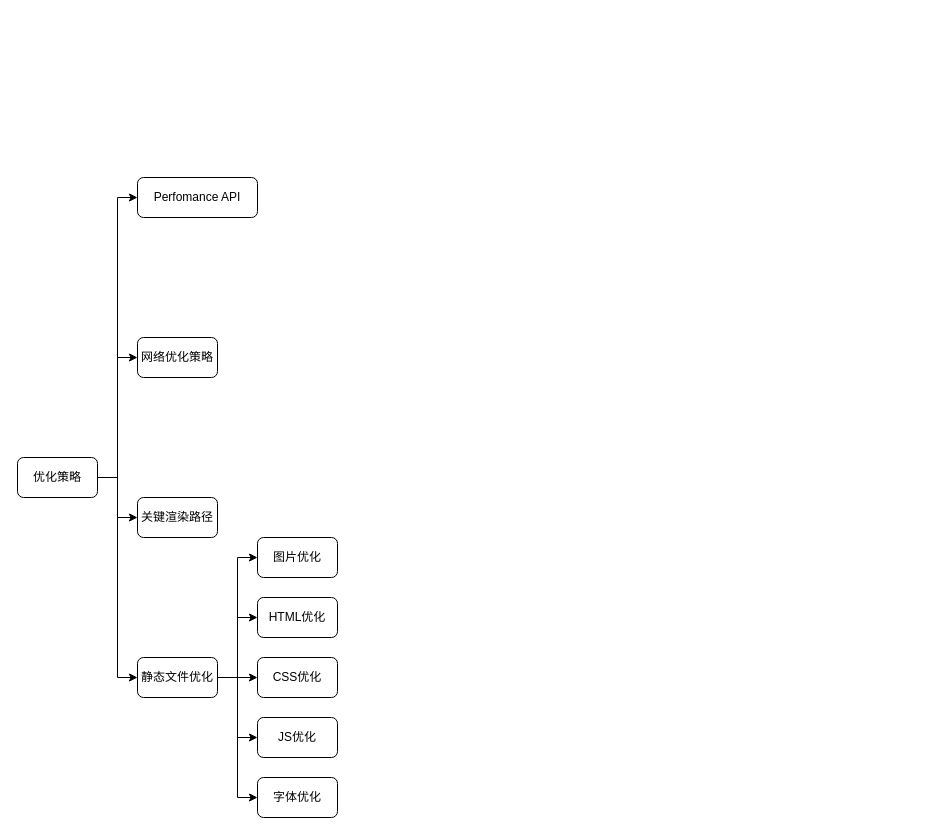
The draw.io diagram 前端性能优化.drawio in yanhanfrontend/draw.io.workspace, before the edit. Source tidied: cells renumbered, new cells numbered last; positions are measured from the earlier drawing's top-left corner, leaving out a move shared by most shapes. Both pictures are drawn from the tidied source at 100%, with x=0, y=0 at pixel (17, 177).
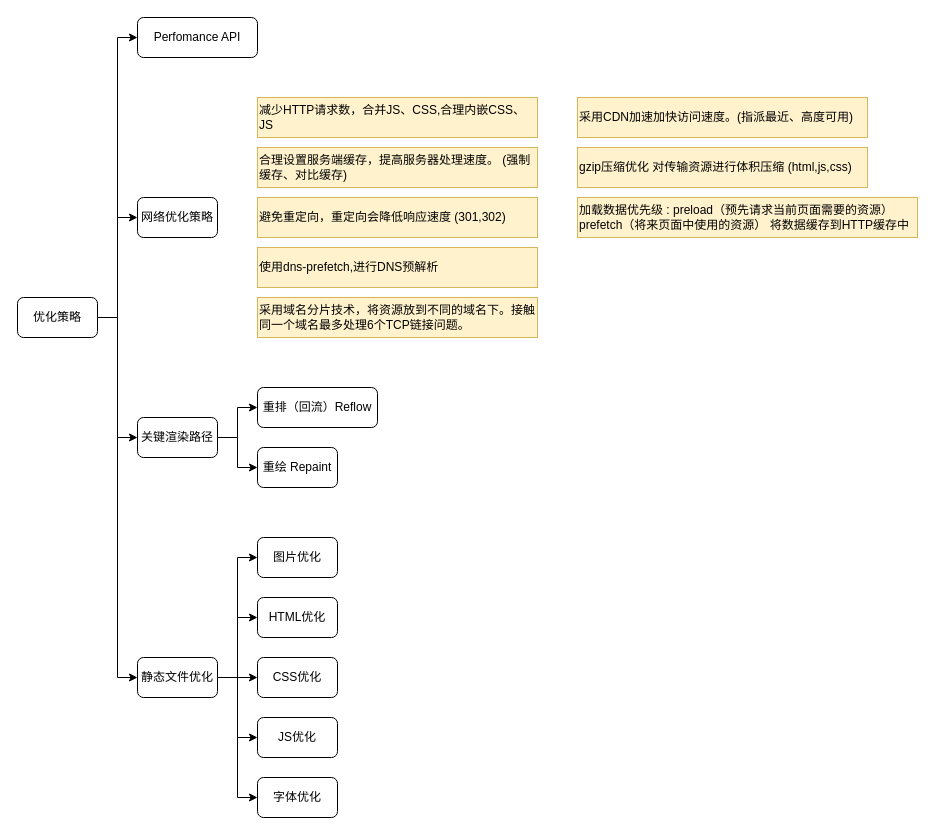
Above is the later version.

Commit message (it also covers changes not shown here):
更新前端性能优化.drawio

The edit, as a diff of the source:
```diff
@@
     <mxCell id="2" value="Perfomance API" style="rounded=1;whiteSpace=wrap;html=1;" parent="1" vertex="1">
-      <mxGeometry x="120" width="120" height="40" as="geometry" />
+      <mxGeometry x="120" y="-160" width="120" height="40" as="geometry" />
     </mxCell>
@@
     <mxCell id="7" value="优化策略" style="rounded=1;whiteSpace=wrap;html=1;" parent="1" vertex="1">
-      <mxGeometry y="280" width="80" height="40" as="geometry" />
+      <mxGeometry y="120" width="80" height="40" as="geometry" />
     </mxCell>
     <mxCell id="8" value="网络优化策略" style="rounded=1;whiteSpace=wrap;html=1;" parent="1" vertex="1">
-      <mxGeometry x="120" y="160" width="80" height="40" as="geometry" />
+      <mxGeometry x="120" y="20" width="80" height="40" as="geometry" />
     </mxCell>
+    <mxCell id="21" style="edgeStyle=orthogonalEdgeStyle;rounded=0;jettySize=auto;html=1;exitX=1;exitY=0.5;exitDx=0;exitDy=0;entryX=0;entryY=0.5;entryDx=0;entryDy=0;" parent="1" edge="1" source="9" target="31">
+      <mxGeometry relative="1" as="geometry" />
+    </mxCell>
+    <mxCell id="22" style="edgeStyle=orthogonalEdgeStyle;rounded=0;jettySize=auto;html=1;exitX=1;exitY=0.5;exitDx=0;exitDy=0;entryX=0;entryY=0.5;entryDx=0;entryDy=0;" parent="1" edge="1" source="9" target="32">
+      <mxGeometry relative="1" as="geometry" />
+    </mxCell>
     <mxCell id="9" value="关键渲染路径" style="rounded=1;whiteSpace=wrap;html=1;" parent="1" vertex="1">
-      <mxGeometry x="120" y="320" width="80" height="40" as="geometry" />
+      <mxGeometry x="120" y="240" width="80" height="40" as="geometry" />
     </mxCell>
@@
+    <mxCell id="23" value="减少HTTP请求数，合并JS、CSS,合理内嵌CSS、JS" style="text;html=1;align=left;verticalAlign=middle;whiteSpace=wrap;rounded=0;fillColor=#fff2cc;strokeColor=#d6b656;" parent="1" vertex="1">
+      <mxGeometry x="240" y="-80" width="280" height="40" as="geometry" />
+    </mxCell>
+    <mxCell id="24" value="合理设置服务端缓存，提高服务器处理速度。 (强制缓存、对比缓存)" style="text;html=1;align=left;verticalAlign=middle;whiteSpace=wrap;rounded=0;fillColor=#fff2cc;strokeColor=#d6b656;" parent="1" vertex="1">
+      <mxGeometry x="240" y="-30" width="280" height="40" as="geometry" />
+    </mxCell>
+    <mxCell id="25" value="避免重定向，重定向会降低响应速度 (301,302)" style="text;html=1;align=left;verticalAlign=middle;whiteSpace=wrap;rounded=0;fillColor=#fff2cc;strokeColor=#d6b656;" parent="1" vertex="1">
+      <mxGeometry x="240" y="20" width="280" height="40" as="geometry" />
+    </mxCell>
+    <mxCell id="26" value="使用dns-prefetch,进行DNS预解析" style="text;html=1;align=left;verticalAlign=middle;whiteSpace=wrap;rounded=0;fillColor=#fff2cc;strokeColor=#d6b656;" parent="1" vertex="1">
+      <mxGeometry x="240" y="70" width="280" height="40" as="geometry" />
+    </mxCell>
+    <mxCell id="27" value="采用域名分片技术，将资源放到不同的域名下。接触同一个域名最多处理6个TCP链接问题。" style="text;html=1;align=left;verticalAlign=middle;whiteSpace=wrap;rounded=0;fillColor=#fff2cc;strokeColor=#d6b656;" parent="1" vertex="1">
+      <mxGeometry x="240" y="120" width="280" height="40" as="geometry" />
+    </mxCell>
+    <mxCell id="28" value="采用CDN加速加快访问速度。(指派最近、高度可用)" style="text;html=1;align=left;verticalAlign=middle;whiteSpace=wrap;rounded=0;fillColor=#fff2cc;strokeColor=#d6b656;" parent="1" vertex="1">
+      <mxGeometry x="560" y="-80" width="290" height="40" as="geometry" />
+    </mxCell>
+    <mxCell id="29" value="gzip压缩优化 对传输资源进行体积压缩 (html,js,css)" style="text;html=1;align=left;verticalAlign=middle;whiteSpace=wrap;rounded=0;fillColor=#fff2cc;strokeColor=#d6b656;" parent="1" vertex="1">
+      <mxGeometry x="560" y="-30" width="290" height="40" as="geometry" />
+    </mxCell>
+    <mxCell id="30" value="加载数据优先级 : preload（预先请求当前页面需要的资源） prefetch（将来页面中使用的资源） 将数据缓存到HTTP缓存中" style="text;html=1;align=left;verticalAlign=middle;whiteSpace=wrap;rounded=0;fillColor=#fff2cc;strokeColor=#d6b656;" parent="1" vertex="1">
+      <mxGeometry x="560" y="20" width="340" height="40" as="geometry" />
+    </mxCell>
+    <mxCell id="31" value="重排（回流）Reflow" style="rounded=1;whiteSpace=wrap;html=1;" parent="1" vertex="1">
+      <mxGeometry x="240" y="210" width="120" height="40" as="geometry" />
+    </mxCell>
+    <mxCell id="32" value="重绘 Repaint" style="rounded=1;whiteSpace=wrap;html=1;" parent="1" vertex="1">
+      <mxGeometry x="240" y="270" width="80" height="40" as="geometry" />
+    </mxCell>
```
